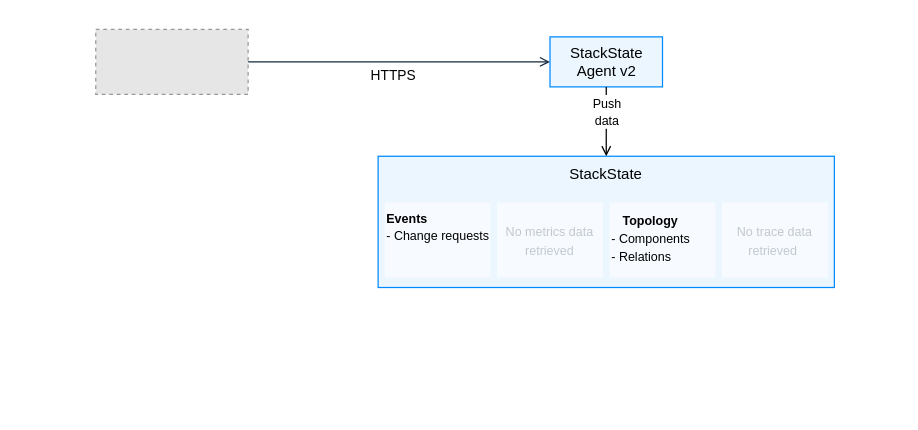
This is resources/drawio/v500_servicenow.drawio from StackVista/stackstate-docs, a draw.io file, before an edit. Source tidied: cells renumbered, new cells numbered last; positions are measured from the earlier drawing's top-left corner, leaving out a move shared by most shapes. Both pictures are drawn from the tidied source at 125%, with x=0, y=0 at pixel (84, 20). Pictures stored in the file or linked from it are replaced by grey dashed boxes.
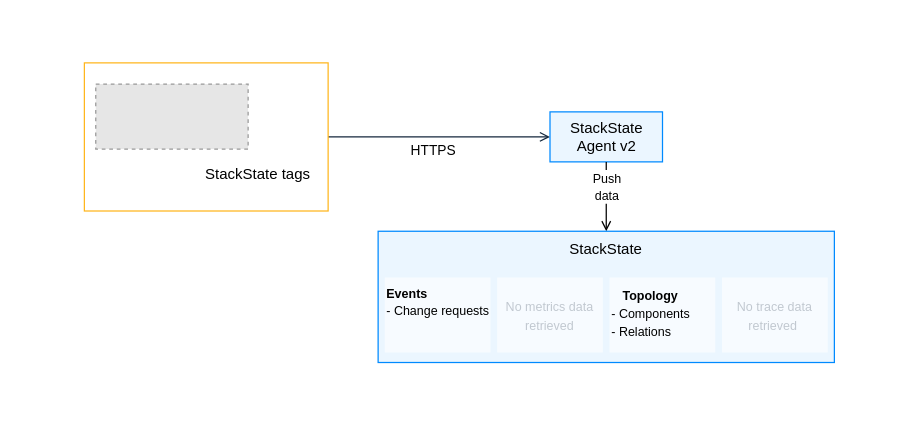
The same diagram, later.

Unchanged cells that the change refers to:
```xml
<mxCell id="6" style="fillColor=#E6E6E6;strokeColor=#999999;dashed=1;verticalLabelPosition=bottom;labelBackgroundColor=#ffffff;verticalAlign=top;fontStyle=6;" parent="4" vertex="1">
  <mxGeometry x="9.1" width="121.9" height="52" as="geometry" />
</mxCell>
<mxCell id="12" value="&lt;span style=&quot;font-style: normal&quot;&gt;StackState&lt;br&gt;&lt;/span&gt;" style="rounded=0;whiteSpace=wrap;html=1;strokeWidth=1;strokeColor=#008AFF;fontStyle=2;fillColor=#CCE8FF;fillOpacity=40;verticalAlign=top;" parent="11" vertex="1">
  <mxGeometry width="365" height="105" as="geometry" />
</mxCell>
```

Change to the diagram source:
```diff
@@
     <mxCell id="2" style="shape=ext;double=1;rounded=0;whiteSpace=wrap;html=1;strokeWidth=1;fillColor=#FFFFFF;strokeColor=none;" parent="1" vertex="1">
-      <mxGeometry y="0.2" width="650" height="220" as="geometry" />
+      <mxGeometry x="-50" y="0.2" width="700" height="309.8" as="geometry" />
     </mxCell>
     <mxCell id="3" style="group;" parent="1" vertex="1">
-      <mxGeometry y="7" width="140" height="52" as="geometry" />
+      <mxGeometry y="50.7" width="140" height="52" as="geometry" />
     </mxCell>
@@
-    <mxCell id="7" style="edgeStyle=none;rounded=0;jettySize=auto;html=1;exitX=1;exitY=0.5;exitDx=0;exitDy=0;startArrow=none;startFill=0;endArrow=open;endFill=0;strokeColor=#14273C;" parent="1" edge="1" source="6" target="9">
-      <mxGeometry x="30" y="17" as="geometry" />
+    <mxCell id="7" style="edgeStyle=none;rounded=0;jettySize=auto;html=1;exitX=1;exitY=0.5;exitDx=0;exitDy=0;startArrow=none;startFill=0;endArrow=open;endFill=0;strokeColor=#14273C;" parent="1" edge="1" source="18" target="9">
+      <mxGeometry x="30" y="77" as="geometry" />
     </mxCell>
@@
     <mxCell id="9" value="&lt;span style=&quot;font-style: normal&quot;&gt;StackState&lt;br&gt;Agent v2&lt;/span&gt;" style="rounded=0;whiteSpace=wrap;html=1;strokeWidth=1;strokeColor=#008AFF;fontStyle=2;fillColor=#CCE8FF;fillOpacity=40;" parent="1" vertex="1">
-      <mxGeometry x="372.5" y="13" width="90" height="40" as="geometry" />
+      <mxGeometry x="372.5" y="73" width="90" height="40" as="geometry" />
     </mxCell>
     <mxCell id="10" value="&lt;span style=&quot;color: rgb(0, 0, 0); font-family: helvetica; font-size: 10px; font-style: normal; font-weight: 400; letter-spacing: normal; text-align: center; text-indent: 0px; text-transform: none; word-spacing: 0px; background-color: rgb(255, 255, 255); display: inline; float: none;&quot;&gt;Push&lt;/span&gt;&lt;br style=&quot;color: rgb(0, 0, 0); font-family: helvetica; font-size: 10px; font-style: normal; font-weight: 400; letter-spacing: normal; text-align: center; text-indent: 0px; text-transform: none; word-spacing: 0px; background-color: rgb(255, 255, 255);&quot;&gt;&lt;span style=&quot;color: rgb(0, 0, 0); font-family: helvetica; font-size: 10px; font-style: normal; font-weight: 400; letter-spacing: normal; text-align: center; text-indent: 0px; text-transform: none; word-spacing: 0px; background-color: rgb(255, 255, 255); display: inline; float: none;&quot;&gt;data&lt;/span&gt;" style="edgeStyle=orthogonalEdgeStyle;rounded=0;jettySize=auto;html=1;fontStyle=2;endArrow=open;endFill=0;entryX=0.5;entryY=0;entryDx=0;entryDy=0;exitX=0.5;exitY=1;exitDx=0;exitDy=0;" parent="1" edge="1" source="9" target="12">
-      <mxGeometry as="geometry">
+      <mxGeometry y="60" as="geometry">
         <mxPoint y="-8" as="offset" />
       </mxGeometry>
     </mxCell>
     <mxCell id="11" style="group;" parent="1" vertex="1">
-      <mxGeometry x="235" y="108.5" width="365" height="105" as="geometry" />
+      <mxGeometry x="235" y="168.5" width="365" height="105" as="geometry" />
     </mxCell>
@@
+    <mxCell id="17" value="&lt;font face=&quot;helvetica&quot;&gt;StackState tags&lt;/font&gt;" style="text;whiteSpace=wrap;html=1;verticalAlign=middle;" parent="1" vertex="1">
+      <mxGeometry x="95.2" y="109.1" width="90" height="27.6" as="geometry" />
+    </mxCell>
+    <mxCell id="18" style="whiteSpace=wrap;html=1;rounded=0;strokeWidth=1;strokeColor=#FFB61E;fillColor=none;" parent="1" vertex="1">
+      <mxGeometry y="33.8" width="195" height="118.5" as="geometry" />
+    </mxCell>
```
